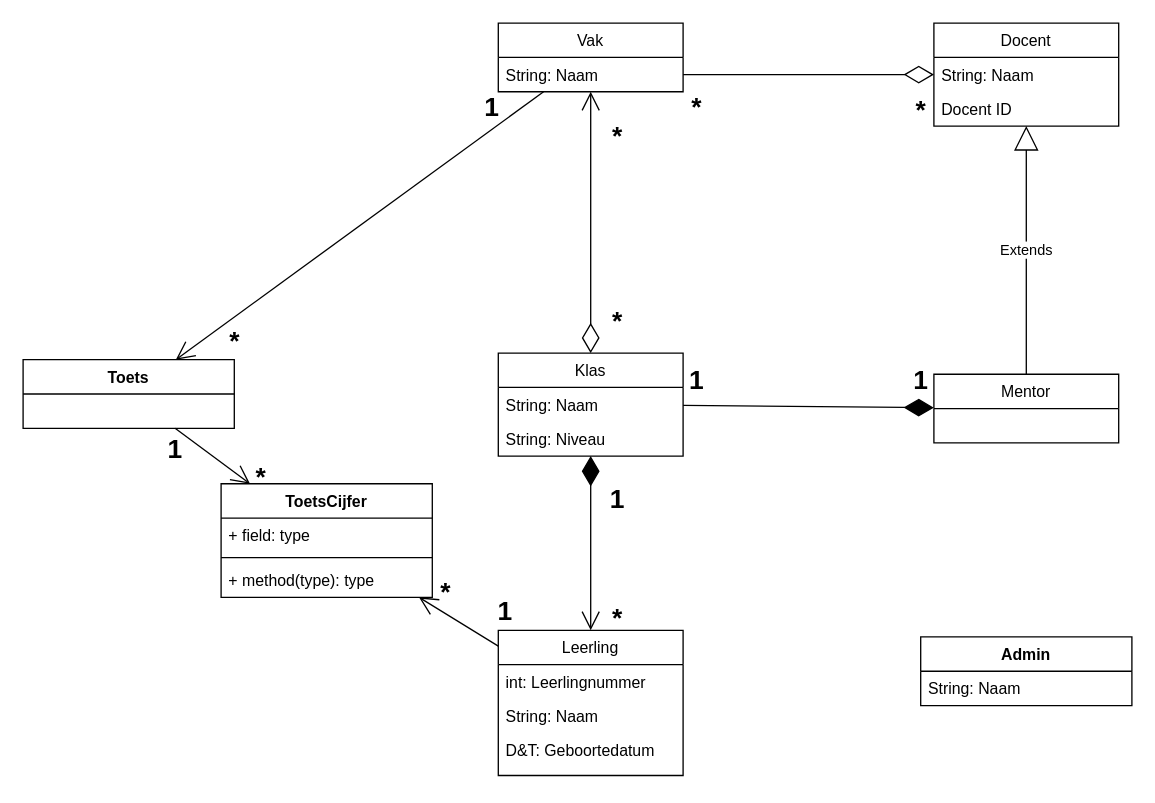
The draw.io diagram UML/Class Diagram K1 (Editable).drawio in Vsvlak/Groepsopdracht-Kamer-1, before the edit. Source tidied: cells renumbered, new cells numbered last; positions are measured from the earlier drawing's top-left corner, leaving out a move shared by most shapes. Both pictures are drawn from the tidied source at 132%, with x=0, y=0 at pixel (22, 22).
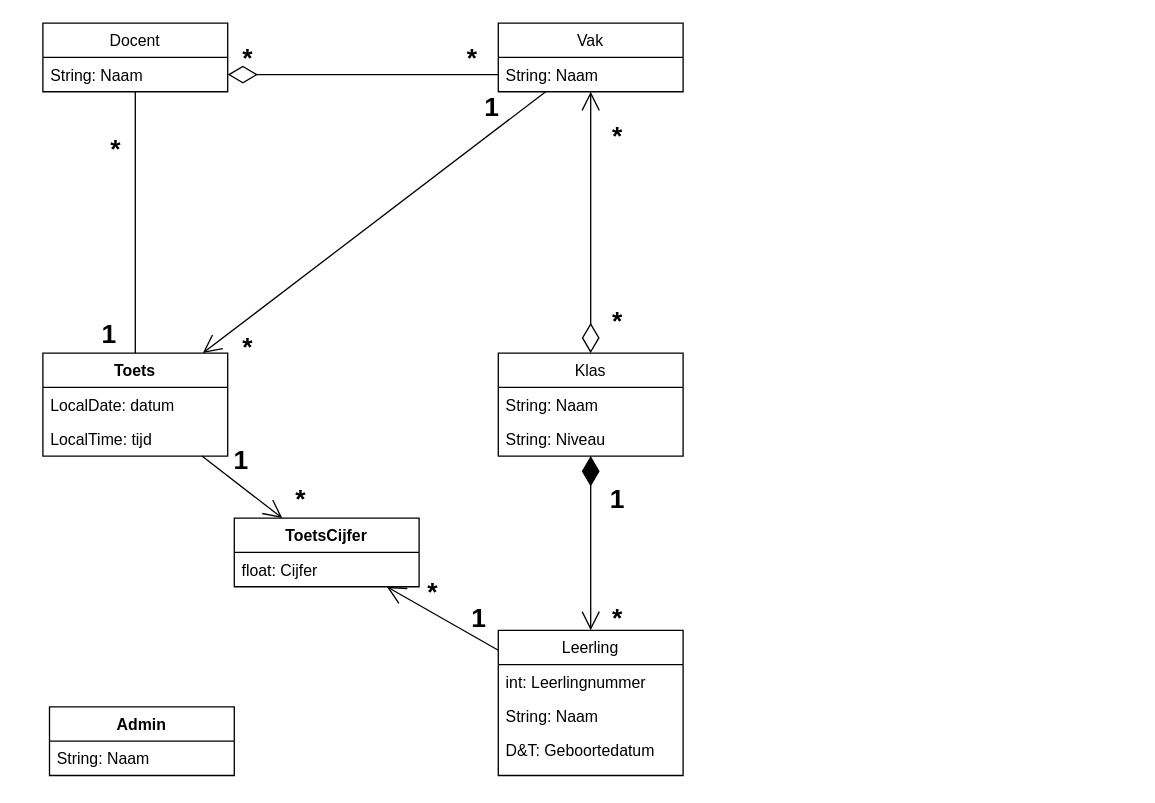
The same page after the edit.

The change refers to these unchanged cells:
```xml
<mxCell id="25" value="Klas" style="swimlane;fontStyle=0;horizontal=1;startSize=26;fillColor=none;" parent="1" vertex="1">
  <mxGeometry x="360" y="250" width="140" height="78" as="geometry" />
</mxCell>
```

Change to the diagram source:
```diff
@@
-    <mxCell id="2" value="Extends" style="endArrow=block;endSize=16;endFill=0;html=1;exitX=0.5;exitY=0;exitDx=0;exitDy=0;" parent="1" edge="1" source="24" target="11">
-      <mxGeometry relative="1" as="geometry" />
-    </mxCell>
@@
-    <mxCell id="11" value="Docent" style="swimlane;fontStyle=0;horizontal=1;startSize=26;fillColor=none;" parent="1" vertex="1">
-      <mxGeometry x="690" width="140" height="78" as="geometry" />
-    </mxCell>
-    <mxCell id="12" value="String: Naam" style="text;strokeColor=none;fillColor=none;align=left;verticalAlign=top;spacingLeft=4;spacingRight=4;overflow=hidden;points=[[0,0.5],[1,0.5]];portConstraint=eastwest;" parent="11" vertex="1">
-      <mxGeometry y="26" width="140" height="26" as="geometry" />
-    </mxCell>
-    <mxCell id="13" value="Docent ID" style="text;strokeColor=none;fillColor=none;align=left;verticalAlign=top;spacingLeft=4;spacingRight=4;overflow=hidden;" parent="11" vertex="1">
-      <mxGeometry y="52" width="140" height="26" as="geometry" />
-    </mxCell>
@@
-    <mxCell id="15" style="endArrow=none;endFill=0;endSize=20;html=1;startSize=20;startArrow=diamondThin;startFill=1;" parent="1" edge="1" source="24" target="25">
-      <mxGeometry relative="1" as="geometry" />
-    </mxCell>
-    <mxCell id="16" value="1" style="text;html=1;align=center;verticalAlign=middle;fontSize=20;fontStyle=1;" parent="1" vertex="1">
-      <mxGeometry x="495" y="255" width="30" height="30" as="geometry" />
-    </mxCell>
-    <mxCell id="17" value="1" style="text;html=1;align=center;verticalAlign=middle;fontSize=20;fontStyle=1;" parent="1" vertex="1">
-      <mxGeometry x="665" y="255" width="30" height="30" as="geometry" />
-    </mxCell>
     <mxCell id="18" value="*" style="text;html=1;align=center;verticalAlign=middle;fontSize=20;fontStyle=1;" parent="1" vertex="1">
-      <mxGeometry x="670" y="50" width="20" height="30" as="geometry" />
+      <mxGeometry x="330" y="11" width="20" height="30" as="geometry" />
     </mxCell>
     <mxCell id="19" value="*" style="text;html=1;align=center;verticalAlign=middle;fontSize=20;fontStyle=1;" parent="1" vertex="1">
-      <mxGeometry x="500" y="48" width="20" height="30" as="geometry" />
+      <mxGeometry x="160" y="11" width="20" height="30" as="geometry" />
     </mxCell>
@@
-    <mxCell id="24" value="Mentor" style="swimlane;fontStyle=0;horizontal=1;startSize=26;fillColor=none;" parent="1" vertex="1">
-      <mxGeometry x="690" y="266" width="140" height="52" as="geometry" />
-    </mxCell>
@@
-    <mxCell id="30" value="Toets" style="swimlane;fontStyle=1;align=center;verticalAlign=top;horizontal=1;startSize=26;" parent="1" vertex="1">
-      <mxGeometry y="255" width="160" height="52" as="geometry" />
-    </mxCell>
@@
-    <mxCell id="32" value="ToetsCijfer" style="swimlane;fontStyle=1;align=center;verticalAlign=top;horizontal=1;startSize=26;" parent="1" vertex="1">
-      <mxGeometry x="150" y="349" width="160" height="86" as="geometry" />
-    </mxCell>
-    <mxCell id="33" value="+ field: type" style="text;strokeColor=none;fillColor=none;align=left;verticalAlign=top;spacingLeft=4;spacingRight=4;overflow=hidden;" parent="32" vertex="1">
-      <mxGeometry y="26" width="160" height="26" as="geometry" />
-    </mxCell>
-    <mxCell id="34" style="line;strokeWidth=1;fillColor=none;align=left;verticalAlign=middle;spacingTop=-1;spacingLeft=3;spacingRight=3;labelPosition=right;" parent="32" vertex="1">
-      <mxGeometry y="52" width="160" height="8" as="geometry" />
-    </mxCell>
-    <mxCell id="35" value="+ method(type): type" style="text;strokeColor=none;fillColor=none;align=left;verticalAlign=top;spacingLeft=4;spacingRight=4;overflow=hidden;" parent="32" vertex="1">
-      <mxGeometry y="60" width="160" height="26" as="geometry" />
-    </mxCell>
     <mxCell id="36" value="&lt;font style=&quot;font-size: 20px&quot;&gt;*&lt;/font&gt;" style="text;html=1;align=center;verticalAlign=middle;fontStyle=1;" parent="1" vertex="1">
-      <mxGeometry x="310" y="420" width="20" height="20" as="geometry" />
+      <mxGeometry x="300" y="420" width="20" height="20" as="geometry" />
     </mxCell>
     <mxCell id="37" value="&lt;font style=&quot;font-size: 20px&quot;&gt;1&lt;/font&gt;" style="text;html=1;align=center;verticalAlign=middle;fontStyle=1;fontSize=20;" parent="1" vertex="1">
-      <mxGeometry x="350" y="430" width="30" height="30" as="geometry" />
+      <mxGeometry x="330" y="435" width="30" height="30" as="geometry" />
     </mxCell>
     <mxCell id="38" value="&lt;b&gt;1&lt;/b&gt;" style="text;html=1;align=center;verticalAlign=middle;fontSize=20;" parent="1" vertex="1">
-      <mxGeometry x="100" y="307" width="30" height="30" as="geometry" />
+      <mxGeometry x="150" y="315" width="30" height="30" as="geometry" />
     </mxCell>
     <mxCell id="39" value="&lt;b&gt;*&lt;/b&gt;" style="text;html=1;align=center;verticalAlign=middle;fontSize=20;" parent="1" vertex="1">
-      <mxGeometry x="170" y="328" width="20" height="30" as="geometry" />
+      <mxGeometry x="200" y="345" width="20" height="30" as="geometry" />
     </mxCell>
     <mxCell id="40" value="*" style="text;html=1;align=center;verticalAlign=middle;fontSize=20;fontStyle=1;" parent="1" vertex="1">
-      <mxGeometry x="150" y="225" width="20" height="30" as="geometry" />
+      <mxGeometry x="160" y="230" width="20" height="30" as="geometry" />
     </mxCell>
@@
+    <mxCell id="44" style="endArrow=none;html=1;" parent="1" edge="1" source="30" target="11">
+      <mxGeometry relative="1" as="geometry" />
+    </mxCell>
+    <mxCell id="45" value="&lt;b&gt;1&lt;/b&gt;" style="text;html=1;align=center;verticalAlign=middle;fontSize=20;" parent="1" vertex="1">
+      <mxGeometry x="50" y="220" width="30" height="30" as="geometry" />
+    </mxCell>
+    <mxCell id="46" value="*" style="text;html=1;align=center;verticalAlign=middle;fontSize=20;fontStyle=1;" parent="1" vertex="1">
+      <mxGeometry x="60" y="80" width="20" height="30" as="geometry" />
+    </mxCell>
     <mxCell id="42" value="Admin&#10;" style="swimlane;fontStyle=1;align=center;verticalAlign=top;horizontal=1;startSize=26;" parent="1" vertex="1">
-      <mxGeometry x="680" y="465" width="160" height="52" as="geometry" />
+      <mxGeometry x="20" y="518" width="140" height="52" as="geometry" />
     </mxCell>
     <mxCell id="43" value="String: Naam" style="text;strokeColor=none;fillColor=none;align=left;verticalAlign=top;spacingLeft=4;spacingRight=4;overflow=hidden;" parent="42" vertex="1">
-      <mxGeometry y="26" width="160" height="26" as="geometry" />
+      <mxGeometry y="26" width="140" height="26" as="geometry" />
     </mxCell>
+    <mxCell id="11" value="Docent" style="swimlane;fontStyle=0;horizontal=1;startSize=26;fillColor=none;" parent="1" vertex="1">
+      <mxGeometry x="15" width="140" height="52" as="geometry" />
+    </mxCell>
+    <mxCell id="12" value="String: Naam" style="text;strokeColor=none;fillColor=none;align=left;verticalAlign=top;spacingLeft=4;spacingRight=4;overflow=hidden;points=[[0,0.5],[1,0.5]];portConstraint=eastwest;" parent="11" vertex="1">
+      <mxGeometry y="26" width="140" height="26" as="geometry" />
+    </mxCell>
+    <mxCell id="32" value="ToetsCijfer" style="swimlane;fontStyle=1;horizontal=1;startSize=26;fillColor=none;" parent="1" vertex="1">
+      <mxGeometry x="160" y="375" width="140" height="52" as="geometry" />
+    </mxCell>
+    <mxCell id="47" value="float: Cijfer" style="text;strokeColor=none;fillColor=none;align=left;verticalAlign=top;spacingLeft=4;spacingRight=4;overflow=hidden;" parent="32" vertex="1">
+      <mxGeometry y="26" width="140" height="26" as="geometry" />
+    </mxCell>
+    <mxCell id="30" value="Toets" style="swimlane;fontStyle=1;horizontal=1;startSize=26;fillColor=none;" parent="1" vertex="1">
+      <mxGeometry x="15" y="250" width="140" height="78" as="geometry" />
+    </mxCell>
+    <mxCell id="48" value="LocalDate: datum" style="text;strokeColor=none;fillColor=none;align=left;verticalAlign=top;spacingLeft=4;spacingRight=4;overflow=hidden;" parent="30" vertex="1">
+      <mxGeometry y="26" width="140" height="26" as="geometry" />
+    </mxCell>
+    <mxCell id="49" value="LocalTime: tijd" style="text;strokeColor=none;fillColor=none;align=left;verticalAlign=top;spacingLeft=4;spacingRight=4;overflow=hidden;" parent="30" vertex="1">
+      <mxGeometry y="52" width="140" height="26" as="geometry" />
+    </mxCell>
```
